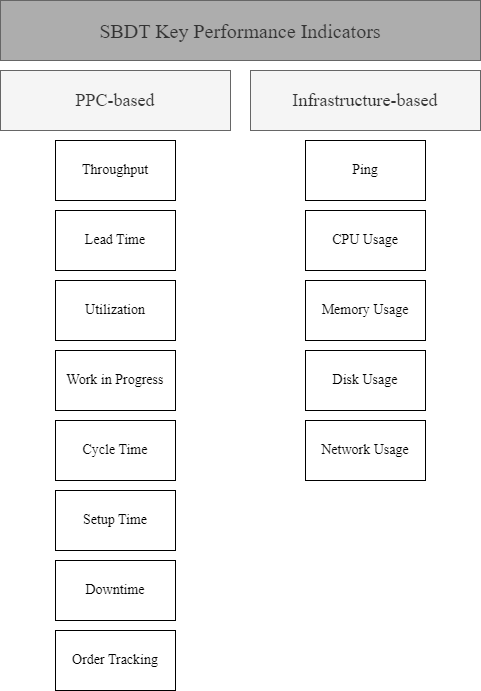
Above: figures/kpi.png in fishingpvalues/masterthesis (draw.io), before the change. Source tidied: cells renumbered, new cells last; positions are measured from the earlier drawing's top-left corner, leaving out a move shared by most shapes. Its diagram source:
```xml
<mxGraphModel>
  <root>
    <mxCell id="0" />
    <mxCell id="1" parent="0" />
    <mxCell id="2" value="PPC-based" style="rounded=0;whiteSpace=wrap;html=1;fontFamily=Times New Roman;fontSize=18;fillColor=#f5f5f5;fontColor=#333333;strokeColor=#666666;" parent="1" vertex="1">
      <mxGeometry y="70" width="230" height="60" as="geometry" />
    </mxCell>
    <mxCell id="3" value="SBDT Key Performance Indicators" style="rounded=0;whiteSpace=wrap;html=1;fontFamily=Times New Roman;fontSize=20;fillColor=#ADADAD;fontColor=#333333;strokeColor=#666666;" parent="1" vertex="1">
      <mxGeometry width="480" height="60" as="geometry" />
    </mxCell>
    <mxCell id="4" value="Infrastructure-based" style="rounded=0;whiteSpace=wrap;html=1;fontFamily=Times New Roman;fontSize=18;fillColor=#f5f5f5;fontColor=#333333;strokeColor=#666666;" parent="1" vertex="1">
      <mxGeometry x="250" y="70" width="230" height="60" as="geometry" />
    </mxCell>
    <mxCell id="5" value="Throughput" style="rounded=0;whiteSpace=wrap;html=1;fontFamily=Times New Roman;fontSize=14;" parent="1" vertex="1">
      <mxGeometry x="55" y="140" width="120" height="60" as="geometry" />
    </mxCell>
    <mxCell id="6" value="Ping" style="rounded=0;whiteSpace=wrap;html=1;fontFamily=Times New Roman;fontSize=14;" parent="1" vertex="1">
      <mxGeometry x="305" y="140" width="120" height="60" as="geometry" />
    </mxCell>
    <mxCell id="7" value="Lead Time" style="rounded=0;whiteSpace=wrap;html=1;fontFamily=Times New Roman;fontSize=14;" parent="1" vertex="1">
      <mxGeometry x="55" y="210" width="120" height="60" as="geometry" />
    </mxCell>
    <mxCell id="8" value="Utilization" style="rounded=0;whiteSpace=wrap;html=1;fontFamily=Times New Roman;fontSize=14;" parent="1" vertex="1">
      <mxGeometry x="55" y="280" width="120" height="60" as="geometry" />
    </mxCell>
    <mxCell id="9" value="Work in Progress" style="rounded=0;whiteSpace=wrap;html=1;fontFamily=Times New Roman;fontSize=14;" parent="1" vertex="1">
      <mxGeometry x="55" y="350" width="120" height="60" as="geometry" />
    </mxCell>
    <mxCell id="10" value="Cycle Time" style="rounded=0;whiteSpace=wrap;html=1;fontFamily=Times New Roman;fontSize=14;" parent="1" vertex="1">
      <mxGeometry x="55" y="420" width="120" height="60" as="geometry" />
    </mxCell>
    <mxCell id="11" value="Setup Time" style="rounded=0;whiteSpace=wrap;html=1;fontFamily=Times New Roman;fontSize=14;" parent="1" vertex="1">
      <mxGeometry x="55" y="490" width="120" height="60" as="geometry" />
    </mxCell>
    <mxCell id="12" value="Downtime" style="rounded=0;whiteSpace=wrap;html=1;fontFamily=Times New Roman;fontSize=14;" parent="1" vertex="1">
      <mxGeometry x="55" y="560" width="120" height="60" as="geometry" />
    </mxCell>
    <mxCell id="13" value="CPU Usage" style="rounded=0;whiteSpace=wrap;html=1;fontFamily=Times New Roman;fontSize=14;" parent="1" vertex="1">
      <mxGeometry x="305" y="210" width="120" height="60" as="geometry" />
    </mxCell>
    <mxCell id="14" value="Memory Usage" style="rounded=0;whiteSpace=wrap;html=1;fontFamily=Times New Roman;fontSize=14;" parent="1" vertex="1">
      <mxGeometry x="305" y="280" width="120" height="60" as="geometry" />
    </mxCell>
    <mxCell id="15" value="Disk Usage" style="rounded=0;whiteSpace=wrap;html=1;fontFamily=Times New Roman;fontSize=14;" parent="1" vertex="1">
      <mxGeometry x="305" y="350" width="120" height="60" as="geometry" />
    </mxCell>
    <mxCell id="16" value="Network Usage" style="rounded=0;whiteSpace=wrap;html=1;fontFamily=Times New Roman;fontSize=14;" parent="1" vertex="1">
      <mxGeometry x="305" y="420" width="120" height="60" as="geometry" />
    </mxCell>
    <mxCell id="17" value="Order Tracking" style="rounded=0;whiteSpace=wrap;html=1;fontFamily=Times New Roman;fontSize=14;" parent="1" vertex="1">
      <mxGeometry x="55" y="630" width="120" height="60" as="geometry" />
    </mxCell>
  </root>
</mxGraphModel>
```
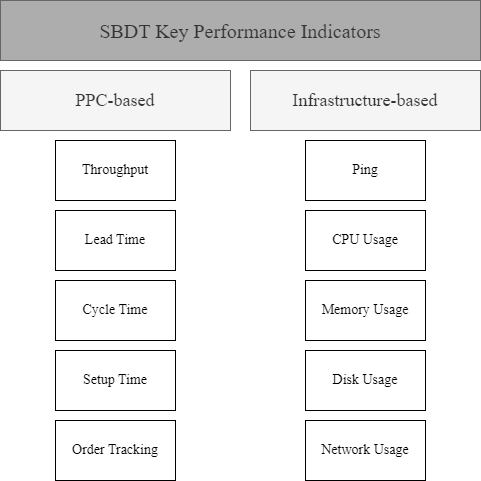
The same diagram one commit later.

What changed in the source:
```diff
@@ -20,21 +20,12 @@
     <mxCell id="7" value="Lead Time" style="rounded=0;whiteSpace=wrap;html=1;fontFamily=Times New Roman;fontSize=14;" parent="1" vertex="1">
       <mxGeometry x="55" y="210" width="120" height="60" as="geometry" />
     </mxCell>
-    <mxCell id="8" value="Utilization" style="rounded=0;whiteSpace=wrap;html=1;fontFamily=Times New Roman;fontSize=14;" parent="1" vertex="1">
-      <mxGeometry x="55" y="280" width="120" height="60" as="geometry" />
-    </mxCell>
-    <mxCell id="9" value="Work in Progress" style="rounded=0;whiteSpace=wrap;html=1;fontFamily=Times New Roman;fontSize=14;" parent="1" vertex="1">
-      <mxGeometry x="55" y="350" width="120" height="60" as="geometry" />
-    </mxCell>
     <mxCell id="10" value="Cycle Time" style="rounded=0;whiteSpace=wrap;html=1;fontFamily=Times New Roman;fontSize=14;" parent="1" vertex="1">
-      <mxGeometry x="55" y="420" width="120" height="60" as="geometry" />
+      <mxGeometry x="55" y="280" width="120" height="60" as="geometry" />
     </mxCell>
     <mxCell id="11" value="Setup Time" style="rounded=0;whiteSpace=wrap;html=1;fontFamily=Times New Roman;fontSize=14;" parent="1" vertex="1">
-      <mxGeometry x="55" y="490" width="120" height="60" as="geometry" />
+      <mxGeometry x="55" y="350" width="120" height="60" as="geometry" />
     </mxCell>
-    <mxCell id="12" value="Downtime" style="rounded=0;whiteSpace=wrap;html=1;fontFamily=Times New Roman;fontSize=14;" parent="1" vertex="1">
-      <mxGeometry x="55" y="560" width="120" height="60" as="geometry" />
-    </mxCell>
     <mxCell id="13" value="CPU Usage" style="rounded=0;whiteSpace=wrap;html=1;fontFamily=Times New Roman;fontSize=14;" parent="1" vertex="1">
       <mxGeometry x="305" y="210" width="120" height="60" as="geometry" />
     </mxCell>
@@ -48,7 +39,7 @@
       <mxGeometry x="305" y="420" width="120" height="60" as="geometry" />
     </mxCell>
     <mxCell id="17" value="Order Tracking" style="rounded=0;whiteSpace=wrap;html=1;fontFamily=Times New Roman;fontSize=14;" parent="1" vertex="1">
-      <mxGeometry x="55" y="630" width="120" height="60" as="geometry" />
+      <mxGeometry x="55" y="420" width="120" height="60" as="geometry" />
     </mxCell>
   </root>
 </mxGraphModel>
```
